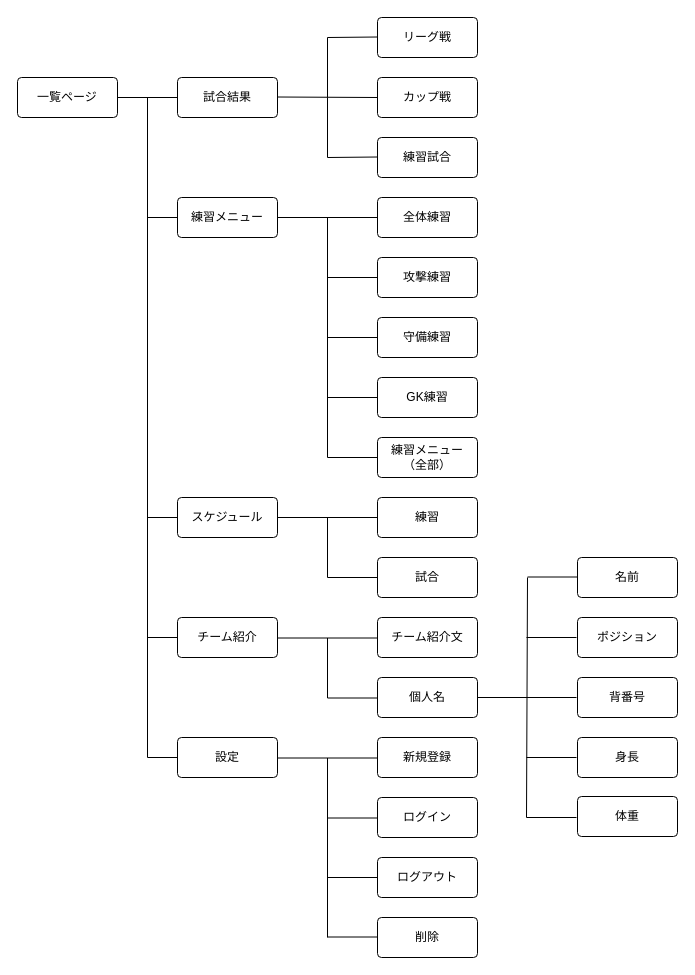
120-seto/teammg keeps this draw.io diagram as test-2.dio. Above is the earlier version. Source tidied: cells renumbered, new cells numbered last; positions are measured from the earlier drawing's top-left corner, leaving out a move shared by most shapes. Both pictures are drawn from the tidied source at 100%, with x=0, y=0 at pixel (17, 17).
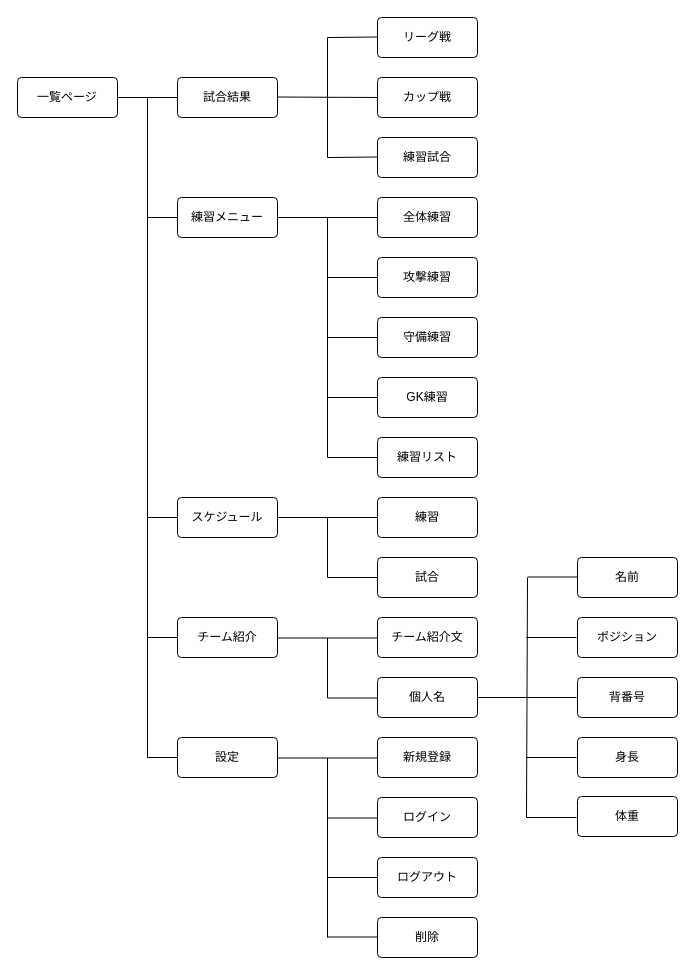
The same diagram, later.

Change to the diagram source:
```diff
@@
-    <mxCell id="13" value="練習メニュー&lt;br&gt;（全部）" style="rounded=1;arcSize=10;whiteSpace=wrap;html=1;align=center;" parent="1" vertex="1">
+    <mxCell id="13" value="練習リスト" style="rounded=1;arcSize=10;whiteSpace=wrap;html=1;align=center;" parent="1" vertex="1">
       <mxGeometry x="360" y="420" width="100" height="40" as="geometry" />
     </mxCell>
```
